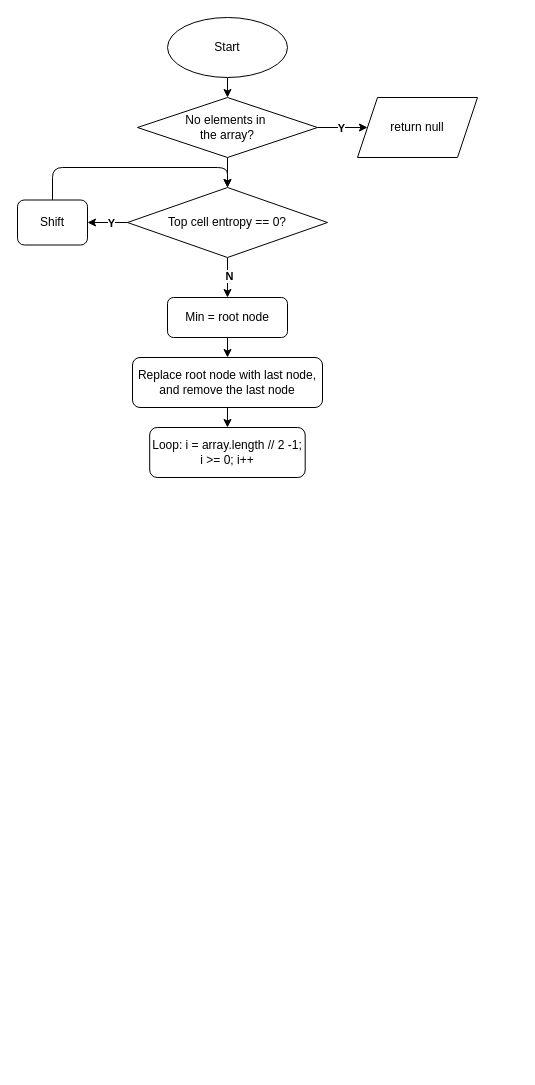
notminuterice/wfc keeps this draw.io diagram as diagrams/wfc/priorityqueue/heapremove.drawio. Above is the earlier version. Source tidied: cells renumbered, new cells numbered last; positions are measured from the earlier drawing's top-left corner, leaving out a move shared by most shapes. Both pictures are drawn from the tidied source at 100%, with x=0, y=0 at pixel (17, 17).
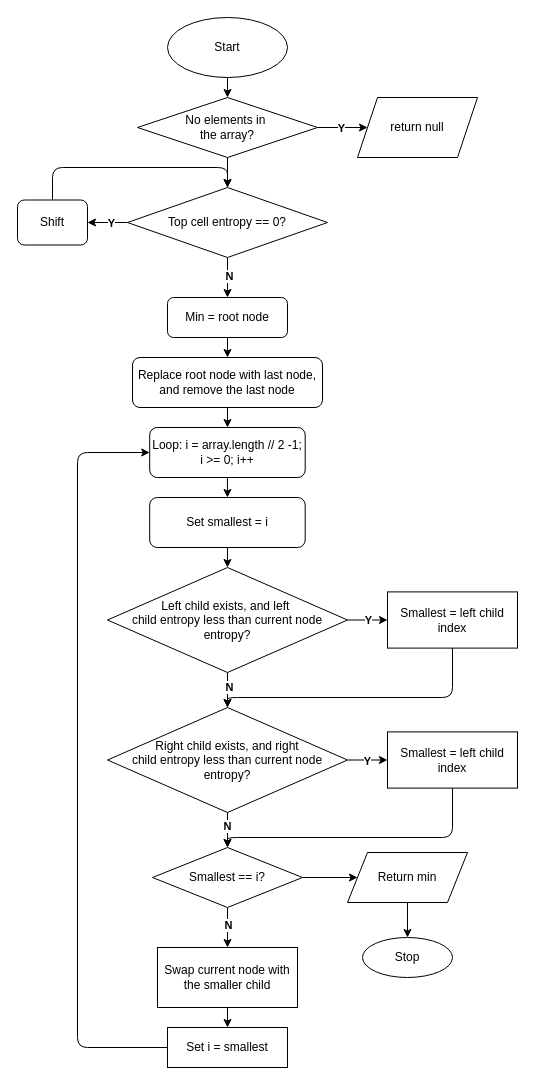
The same page after the edit.

The change refers to these unchanged cells:
```xml
<mxCell id="20" value="Loop: i = array.length // 2 -1; i &amp;gt;= 0; i++" style="whiteSpace=wrap;html=1;rounded=1;" parent="1" vertex="1">
  <mxGeometry x="132.2" y="410" width="155.5" height="50" as="geometry" />
</mxCell>
```

What changed in the source:
```diff
@@
+    <mxCell id="21" style="edgeStyle=none;html=1;" parent="1" edge="1" source="20" target="30">
+      <mxGeometry relative="1" as="geometry" />
+    </mxCell>
@@
+    <mxCell id="22" style="edgeStyle=none;html=1;" parent="1" edge="1" source="26" target="28">
+      <mxGeometry relative="1" as="geometry" />
+    </mxCell>
+    <mxCell id="23" value="&lt;b&gt;Y&lt;/b&gt;" style="edgeLabel;html=1;align=center;verticalAlign=middle;" parent="22" vertex="1">
+      <mxGeometry x="-0.02" relative="1" as="geometry" />
+    </mxCell>
+    <mxCell id="24" style="edgeStyle=none;html=1;" parent="1" edge="1" source="26" target="35">
+      <mxGeometry relative="1" as="geometry" />
+    </mxCell>
+    <mxCell id="25" value="&lt;b&gt;N&lt;/b&gt;" style="edgeLabel;html=1;align=center;verticalAlign=middle;" parent="24" vertex="1">
+      <mxGeometry x="-0.19" y="1" relative="1" as="geometry" />
+    </mxCell>
+    <mxCell id="26" value="Left child exists, and left&amp;nbsp;&lt;div&gt;child&amp;nbsp;&lt;span style=&quot;background-color: transparent;&quot;&gt;entropy less than current&amp;nbsp;&lt;/span&gt;&lt;span style=&quot;background-color: transparent;&quot;&gt;node entropy?&lt;/span&gt;&lt;/div&gt;" style="rhombus;whiteSpace=wrap;html=1;rounded=0;" parent="1" vertex="1">
+      <mxGeometry x="90" y="550" width="240" height="105" as="geometry" />
+    </mxCell>
+    <mxCell id="27" style="edgeStyle=orthogonalEdgeStyle;html=1;entryX=0.5;entryY=0;entryDx=0;entryDy=0;" parent="1" edge="1" source="28" target="35">
+      <mxGeometry relative="1" as="geometry">
+        <Array as="points">
+          <mxPoint x="435" y="680" />
+          <mxPoint x="210" y="680" />
+        </Array>
+      </mxGeometry>
+    </mxCell>
+    <mxCell id="28" value="Smallest = left child index" style="whiteSpace=wrap;html=1;rounded=0;" parent="1" vertex="1">
+      <mxGeometry x="370" y="574.4" width="130" height="56.2" as="geometry" />
+    </mxCell>
+    <mxCell id="29" style="edgeStyle=none;html=1;" parent="1" edge="1" source="30" target="26">
+      <mxGeometry relative="1" as="geometry" />
+    </mxCell>
+    <mxCell id="30" value="Set smallest = i" style="whiteSpace=wrap;html=1;rounded=1;" parent="1" vertex="1">
+      <mxGeometry x="132.2" y="480" width="155.5" height="50" as="geometry" />
+    </mxCell>
+    <mxCell id="31" style="edgeStyle=none;html=1;" parent="1" edge="1" source="35" target="37">
+      <mxGeometry relative="1" as="geometry" />
+    </mxCell>
+    <mxCell id="32" value="Y" style="edgeLabel;html=1;align=center;verticalAlign=middle;fontStyle=1;" parent="31" vertex="1">
+      <mxGeometry x="-0.04" y="-1" relative="1" as="geometry" />
+    </mxCell>
+    <mxCell id="33" style="edgeStyle=none;html=1;" parent="1" edge="1" source="35" target="41">
+      <mxGeometry relative="1" as="geometry" />
+    </mxCell>
+    <mxCell id="34" value="&lt;b&gt;N&lt;/b&gt;" style="edgeLabel;html=1;align=center;verticalAlign=middle;" parent="33" vertex="1">
+      <mxGeometry x="-0.27" y="-1" relative="1" as="geometry" />
+    </mxCell>
+    <mxCell id="35" value="Right child exists, and right&lt;div&gt;child&amp;nbsp;&lt;span style=&quot;background-color: transparent;&quot;&gt;entropy less than current&amp;nbsp;&lt;/span&gt;&lt;span style=&quot;background-color: transparent;&quot;&gt;node entropy?&lt;/span&gt;&lt;/div&gt;" style="rhombus;whiteSpace=wrap;html=1;rounded=0;" parent="1" vertex="1">
+      <mxGeometry x="90" y="690" width="240" height="105" as="geometry" />
+    </mxCell>
+    <mxCell id="36" style="edgeStyle=orthogonalEdgeStyle;html=1;entryX=0.5;entryY=0;entryDx=0;entryDy=0;" parent="1" edge="1" source="37" target="41">
+      <mxGeometry relative="1" as="geometry">
+        <Array as="points">
+          <mxPoint x="435" y="820" />
+          <mxPoint x="210" y="820" />
+        </Array>
+      </mxGeometry>
+    </mxCell>
+    <mxCell id="37" value="Smallest = left child index" style="whiteSpace=wrap;html=1;rounded=0;" parent="1" vertex="1">
+      <mxGeometry x="370" y="714.4" width="130" height="56.2" as="geometry" />
+    </mxCell>
+    <mxCell id="38" style="edgeStyle=none;html=1;" parent="1" edge="1" source="41" target="43">
+      <mxGeometry relative="1" as="geometry" />
+    </mxCell>
+    <mxCell id="39" value="&lt;b&gt;N&lt;/b&gt;" style="edgeLabel;html=1;align=center;verticalAlign=middle;" parent="38" vertex="1">
+      <mxGeometry x="-0.14" relative="1" as="geometry" />
+    </mxCell>
+    <mxCell id="40" style="edgeStyle=none;html=1;" parent="1" edge="1" source="41" target="47">
+      <mxGeometry relative="1" as="geometry" />
+    </mxCell>
+    <mxCell id="41" value="Smallest == i?" style="rhombus;whiteSpace=wrap;html=1;rounded=0;" parent="1" vertex="1">
+      <mxGeometry x="135" y="830" width="150" height="60" as="geometry" />
+    </mxCell>
+    <mxCell id="42" style="edgeStyle=none;html=1;" parent="1" edge="1" source="43" target="45">
+      <mxGeometry relative="1" as="geometry" />
+    </mxCell>
+    <mxCell id="43" value="Swap current node with the smaller child" style="whiteSpace=wrap;html=1;rounded=0;" parent="1" vertex="1">
+      <mxGeometry x="140" y="930" width="140" height="60" as="geometry" />
+    </mxCell>
+    <mxCell id="44" style="edgeStyle=orthogonalEdgeStyle;html=1;entryX=0;entryY=0.5;entryDx=0;entryDy=0;exitX=0;exitY=0.5;exitDx=0;exitDy=0;" parent="1" edge="1" source="45" target="20">
+      <mxGeometry relative="1" as="geometry">
+        <Array as="points">
+          <mxPoint x="60" y="1030" />
+          <mxPoint x="60" y="435" />
+        </Array>
+      </mxGeometry>
+    </mxCell>
+    <mxCell id="45" value="Set i = smallest" style="whiteSpace=wrap;html=1;rounded=0;" parent="1" vertex="1">
+      <mxGeometry x="150" y="1010" width="120" height="40" as="geometry" />
+    </mxCell>
+    <mxCell id="46" style="edgeStyle=none;html=1;" parent="1" edge="1" source="47" target="48">
+      <mxGeometry relative="1" as="geometry" />
+    </mxCell>
+    <mxCell id="47" value="Return min" style="shape=parallelogram;perimeter=parallelogramPerimeter;whiteSpace=wrap;html=1;fixedSize=1;rounded=0;" parent="1" vertex="1">
+      <mxGeometry x="330" y="835" width="120" height="50" as="geometry" />
+    </mxCell>
+    <mxCell id="48" value="Stop" style="ellipse;whiteSpace=wrap;html=1;rounded=0;" parent="1" vertex="1">
+      <mxGeometry x="345" y="920" width="90" height="40" as="geometry" />
+    </mxCell>
```
